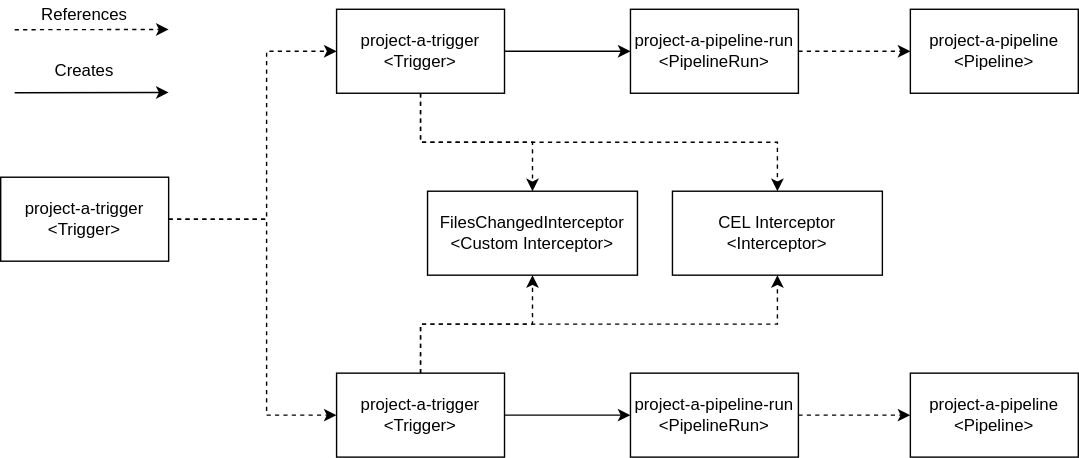
janakerman/janakerman keeps this draw.io diagram as src/pages/tekton-mono-repo/tekton-mono-components.svg. Above is the earlier version. Source tidied: cells renumbered, new cells last; positions are measured from the earlier drawing's top-left corner, leaving out a move shared by most shapes.
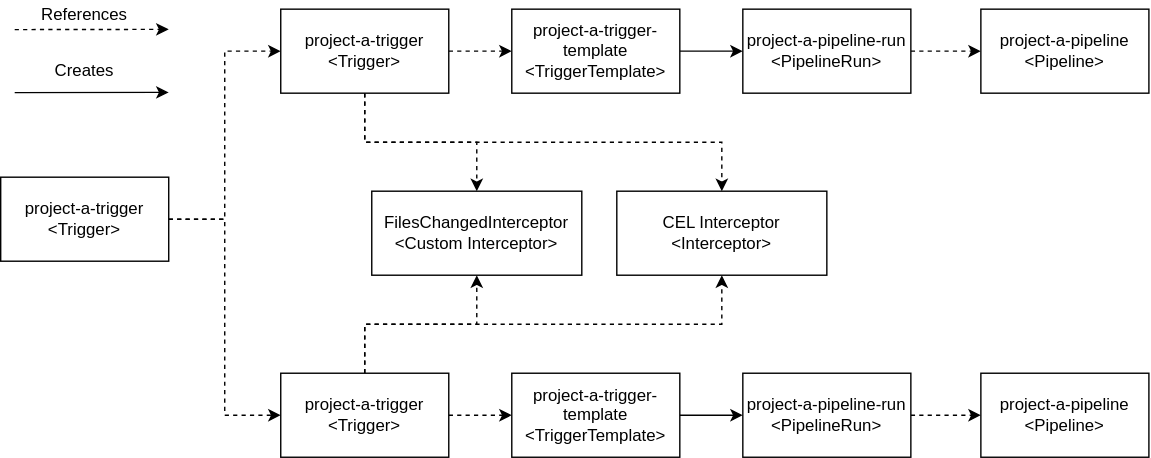
Above is the later version.

The edit, as a diff of the source:
```diff
@@ -5,16 +5,16 @@
     <mxCell id="2" style="edgeStyle=orthogonalEdgeStyle;rounded=0;jettySize=auto;html=1;exitX=1;exitY=0.5;exitDx=0;exitDy=0;entryX=0;entryY=0.5;entryDx=0;entryDy=0;dashed=1;" parent="1" edge="1" source="21" target="9">
       <mxGeometry relative="1" as="geometry">
         <Array as="points">
-          <mxPoint x="190" y="156" />
-          <mxPoint x="190" y="36" />
+          <mxPoint x="160" y="156" />
+          <mxPoint x="160" y="36" />
         </Array>
       </mxGeometry>
     </mxCell>
     <mxCell id="3" style="edgeStyle=orthogonalEdgeStyle;rounded=0;jettySize=auto;html=1;exitX=1;exitY=0.5;exitDx=0;exitDy=0;entryX=0;entryY=0.5;entryDx=0;entryDy=0;dashed=1;" parent="1" edge="1" source="21" target="13">
       <mxGeometry relative="1" as="geometry">
         <Array as="points">
-          <mxPoint x="190" y="156" />
-          <mxPoint x="190" y="296" />
+          <mxPoint x="160" y="156" />
+          <mxPoint x="160" y="296" />
         </Array>
       </mxGeometry>
     </mxCell>
@@ -22,7 +22,7 @@
       <mxGeometry x="20" width="80" height="20" as="geometry" />
     </mxCell>
     <mxCell id="5" value="FilesChangedInterceptor&lt;br&gt;&amp;lt;Custom Interceptor&amp;gt;" style="rounded=0;whiteSpace=wrap;html=1;align=center;" parent="1" vertex="1">
-      <mxGeometry x="305" y="136" width="150" height="60" as="geometry" />
+      <mxGeometry x="265" y="136" width="150" height="60" as="geometry" />
     </mxCell>
     <mxCell id="6" style="edgeStyle=orthogonalEdgeStyle;rounded=0;jettySize=auto;html=1;exitX=0.5;exitY=1;exitDx=0;exitDy=0;entryX=0.5;entryY=0;entryDx=0;entryDy=0;dashed=1;" parent="1" edge="1" source="9" target="5">
       <mxGeometry relative="1" as="geometry" />
@@ -30,11 +30,11 @@
     <mxCell id="7" style="edgeStyle=orthogonalEdgeStyle;rounded=0;jettySize=auto;html=1;exitX=0.5;exitY=1;exitDx=0;exitDy=0;entryX=0.5;entryY=0;entryDx=0;entryDy=0;dashed=1;" parent="1" edge="1" source="9" target="20">
       <mxGeometry relative="1" as="geometry" />
     </mxCell>
-    <mxCell id="8" style="edgeStyle=orthogonalEdgeStyle;rounded=0;jettySize=auto;html=1;exitX=1;exitY=0.5;exitDx=0;exitDy=0;entryX=0;entryY=0.5;entryDx=0;entryDy=0;" parent="1" edge="1" source="9" target="15">
+    <mxCell id="8" style="edgeStyle=orthogonalEdgeStyle;rounded=0;jettySize=auto;html=1;exitX=1;exitY=0.5;exitDx=0;exitDy=0;entryX=0;entryY=0.5;entryDx=0;entryDy=0;dashed=1;" parent="1" edge="1" source="9" target="26">
       <mxGeometry relative="1" as="geometry" />
     </mxCell>
     <mxCell id="9" value="project-a-trigger&lt;br&gt;&amp;lt;Trigger&amp;gt;" style="rounded=0;whiteSpace=wrap;html=1;align=center;" parent="1" vertex="1">
-      <mxGeometry x="240" y="6" width="120" height="60" as="geometry" />
+      <mxGeometry x="200" y="6" width="120" height="60" as="geometry" />
     </mxCell>
     <mxCell id="10" style="edgeStyle=orthogonalEdgeStyle;rounded=0;jettySize=auto;html=1;exitX=0.5;exitY=0;exitDx=0;exitDy=0;entryX=0.5;entryY=1;entryDx=0;entryDy=0;dashed=1;" parent="1" edge="1" source="13" target="5">
       <mxGeometry relative="1" as="geometry" />
@@ -42,32 +42,32 @@
     <mxCell id="11" style="edgeStyle=orthogonalEdgeStyle;rounded=0;jettySize=auto;html=1;exitX=0.5;exitY=0;exitDx=0;exitDy=0;entryX=0.5;entryY=1;entryDx=0;entryDy=0;dashed=1;" parent="1" edge="1" source="13" target="20">
       <mxGeometry relative="1" as="geometry" />
     </mxCell>
-    <mxCell id="12" style="edgeStyle=orthogonalEdgeStyle;rounded=0;jettySize=auto;html=1;exitX=1;exitY=0.5;exitDx=0;exitDy=0;entryX=0;entryY=0.5;entryDx=0;entryDy=0;" parent="1" edge="1" source="13" target="17">
+    <mxCell id="12" style="edgeStyle=orthogonalEdgeStyle;rounded=0;jettySize=auto;html=1;exitX=1;exitY=0.5;exitDx=0;exitDy=0;entryX=0;entryY=0.5;entryDx=0;entryDy=0;dashed=1;" parent="1" edge="1" source="13" target="28">
       <mxGeometry relative="1" as="geometry" />
     </mxCell>
     <mxCell id="13" value="project-a-trigger&lt;br&gt;&amp;lt;Trigger&amp;gt;" style="rounded=0;whiteSpace=wrap;html=1;align=center;" parent="1" vertex="1">
-      <mxGeometry x="240" y="266" width="120" height="60" as="geometry" />
+      <mxGeometry x="200" y="266" width="120" height="60" as="geometry" />
     </mxCell>
     <mxCell id="14" style="edgeStyle=orthogonalEdgeStyle;rounded=0;jettySize=auto;html=1;exitX=1;exitY=0.5;exitDx=0;exitDy=0;entryX=0;entryY=0.5;entryDx=0;entryDy=0;dashed=1;" parent="1" edge="1" source="15" target="18">
       <mxGeometry relative="1" as="geometry" />
     </mxCell>
     <mxCell id="15" value="project-a-pipeline-run&lt;br&gt;&amp;lt;PipelineRun&amp;gt;" style="rounded=0;whiteSpace=wrap;html=1;align=center;" parent="1" vertex="1">
-      <mxGeometry x="450" y="6" width="120" height="60" as="geometry" />
+      <mxGeometry x="530" y="6" width="120" height="60" as="geometry" />
     </mxCell>
     <mxCell id="16" style="edgeStyle=orthogonalEdgeStyle;rounded=0;jettySize=auto;html=1;exitX=1;exitY=0.5;exitDx=0;exitDy=0;entryX=0;entryY=0.5;entryDx=0;entryDy=0;dashed=1;" parent="1" edge="1" source="17" target="19">
       <mxGeometry relative="1" as="geometry" />
     </mxCell>
     <mxCell id="17" value="project-a-pipeline-run&lt;br&gt;&amp;lt;PipelineRun&amp;gt;" style="rounded=0;whiteSpace=wrap;html=1;align=center;" parent="1" vertex="1">
-      <mxGeometry x="450" y="266" width="120" height="60" as="geometry" />
+      <mxGeometry x="530" y="266" width="120" height="60" as="geometry" />
     </mxCell>
     <mxCell id="18" value="project-a-pipeline&lt;br&gt;&amp;lt;Pipeline&amp;gt;" style="rounded=0;whiteSpace=wrap;html=1;align=center;" parent="1" vertex="1">
-      <mxGeometry x="650" y="6" width="120" height="60" as="geometry" />
+      <mxGeometry x="700" y="6" width="120" height="60" as="geometry" />
     </mxCell>
     <mxCell id="19" value="project-a-pipeline&lt;br&gt;&amp;lt;Pipeline&amp;gt;" style="rounded=0;whiteSpace=wrap;html=1;align=center;" parent="1" vertex="1">
-      <mxGeometry x="650" y="266" width="120" height="60" as="geometry" />
+      <mxGeometry x="700" y="266" width="120" height="60" as="geometry" />
     </mxCell>
     <mxCell id="20" value="CEL Interceptor&lt;br&gt;&amp;lt;Interceptor&amp;gt;" style="rounded=0;whiteSpace=wrap;html=1;align=center;" parent="1" vertex="1">
-      <mxGeometry x="480" y="136" width="150" height="60" as="geometry" />
+      <mxGeometry x="440" y="136" width="150" height="60" as="geometry" />
     </mxCell>
     <mxCell id="21" value="project-a-trigger&lt;br&gt;&amp;lt;Trigger&amp;gt;" style="rounded=0;whiteSpace=wrap;html=1;align=center;" parent="1" vertex="1">
       <mxGeometry y="126" width="120" height="60" as="geometry" />
@@ -87,5 +87,17 @@
     <mxCell id="24" value="Creates" style="text;html=1;strokeColor=none;fillColor=none;align=center;verticalAlign=middle;whiteSpace=wrap;rounded=0;" parent="1" vertex="1">
       <mxGeometry x="20" y="40" width="80" height="20" as="geometry" />
     </mxCell>
+    <mxCell id="25" style="edgeStyle=orthogonalEdgeStyle;rounded=0;jettySize=auto;html=1;exitX=1;exitY=0.5;exitDx=0;exitDy=0;entryX=0;entryY=0.5;entryDx=0;entryDy=0;" parent="1" edge="1" source="26" target="15">
+      <mxGeometry relative="1" as="geometry" />
+    </mxCell>
+    <mxCell id="26" value="project-a-trigger-template&lt;br&gt;&amp;lt;TriggerTemplate&amp;gt;" style="rounded=0;whiteSpace=wrap;html=1;align=center;" parent="1" vertex="1">
+      <mxGeometry x="365" y="6" width="120" height="60" as="geometry" />
+    </mxCell>
+    <mxCell id="27" style="edgeStyle=orthogonalEdgeStyle;rounded=0;jettySize=auto;html=1;exitX=1;exitY=0.5;exitDx=0;exitDy=0;entryX=0;entryY=0.5;entryDx=0;entryDy=0;" parent="1" edge="1" source="28" target="17">
+      <mxGeometry relative="1" as="geometry" />
+    </mxCell>
+    <mxCell id="28" value="project-a-trigger-template&lt;br&gt;&amp;lt;TriggerTemplate&amp;gt;" style="rounded=0;whiteSpace=wrap;html=1;align=center;" parent="1" vertex="1">
+      <mxGeometry x="365" y="266" width="120" height="60" as="geometry" />
+    </mxCell>
   </root>
 </mxGraphModel>
```
